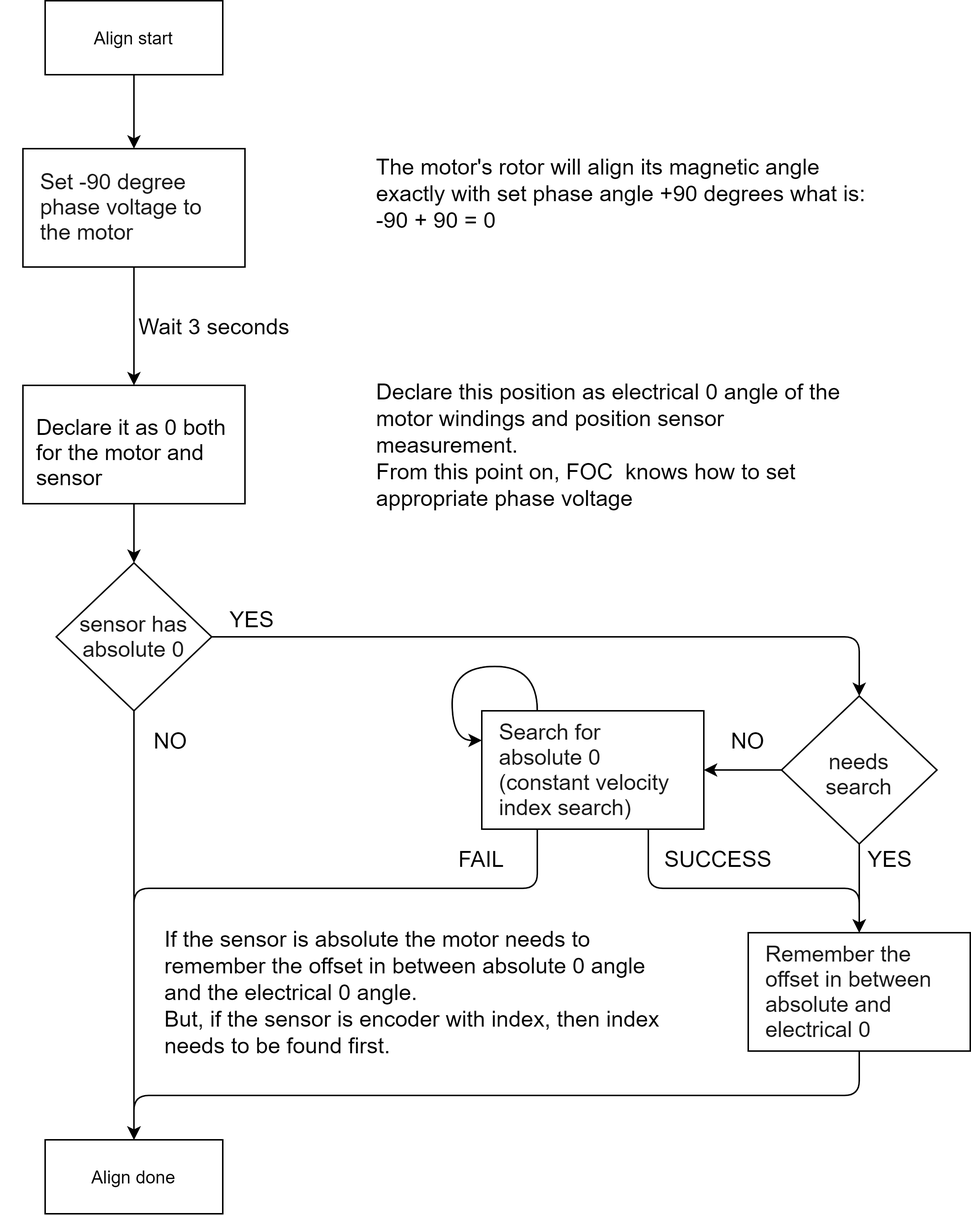
This is extras/Images/align_diagram.png from zhangzq71/Arduino-FOC, a draw.io export, as it was before one commit. Source tidied: cells renumbered, new cells last; positions are measured from the earlier drawing's top-left corner, leaving out a move shared by most shapes. Source of this version:
```xml
<mxGraphModel>
  <root>
    <mxCell id="0" />
    <mxCell id="1" parent="0" />
    <mxCell id="2" value="&lt;font color=&quot;#191919&quot; face=&quot;roboto, sans-serif&quot;&gt;&lt;span style=&quot;font-size: 14.88px&quot;&gt;sensor has absolute 0&lt;/span&gt;&lt;/font&gt;" style="text;whiteSpace=wrap;html=1;align=center;" parent="1" vertex="1">
      <mxGeometry x="25" y="407" width="130" height="30" as="geometry" />
    </mxCell>
    <mxCell id="3" style="edgeStyle=orthogonalEdgeStyle;rounded=0;jettySize=auto;html=1;exitX=0.5;exitY=1;exitDx=0;exitDy=0;entryX=0.5;entryY=0;entryDx=0;entryDy=0;" parent="1" edge="1" source="4" target="7">
      <mxGeometry relative="1" as="geometry" />
    </mxCell>
    <mxCell id="4" style="rounded=0;whiteSpace=wrap;html=1;" parent="1" vertex="1">
      <mxGeometry x="15" y="100" width="150" height="80" as="geometry" />
    </mxCell>
    <mxCell id="5" value="&lt;span style=&quot;font-family: &amp;#34;roboto&amp;#34; , sans-serif ; font-size: 14.88px ; background-color: rgb(255 , 255 , 255)&quot;&gt;&lt;font color=&quot;#191919&quot;&gt;Set -90 degree phase voltage to the motor&lt;/font&gt;&lt;/span&gt;" style="text;html=1;strokeColor=none;fillColor=none;align=left;verticalAlign=middle;whiteSpace=wrap;rounded=0;" parent="1" vertex="1">
      <mxGeometry x="25" y="130" width="130" height="20" as="geometry" />
    </mxCell>
    <mxCell id="6" style="edgeStyle=orthogonalEdgeStyle;rounded=0;jettySize=auto;html=1;exitX=0.5;exitY=1;exitDx=0;exitDy=0;entryX=0.5;entryY=0;entryDx=0;entryDy=0;" parent="1" edge="1" source="7" target="11">
      <mxGeometry relative="1" as="geometry" />
    </mxCell>
    <mxCell id="7" style="rounded=0;whiteSpace=wrap;html=1;" parent="1" vertex="1">
      <mxGeometry x="15" y="260" width="150" height="80" as="geometry" />
    </mxCell>
    <mxCell id="8" value="&lt;ol style=&quot;font-style: normal ; letter-spacing: normal ; text-indent: 0px ; text-transform: none ; word-spacing: 0px ; box-sizing: border-box ; margin-top: 0px ; padding-left: 1.5em ; list-style-type: none ; font-family: &amp;#34;roboto&amp;#34; , sans-serif ; font-size: 14.88px ; font-weight: 300&quot;&gt;&lt;li style=&quot;box-sizing: border-box ; margin: 0.25em 0px ; position: relative&quot;&gt;&lt;span style=&quot;background-color: rgb(255 , 255 , 255)&quot;&gt;Declare it as 0 both for the motor and sensor&lt;/span&gt;&lt;/li&gt;&lt;/ol&gt;" style="text;whiteSpace=wrap;html=1;align=left;fillColor=none;strokeColor=none;" parent="1" vertex="1">
      <mxGeometry y="270" width="165" height="50" as="geometry" />
    </mxCell>
    <mxCell id="9" style="edgeStyle=orthogonalEdgeStyle;rounded=1;jettySize=auto;html=1;exitX=1;exitY=0.5;exitDx=0;exitDy=0;entryX=0.5;entryY=0;entryDx=0;entryDy=0;" parent="1" edge="1" source="11" target="14">
      <mxGeometry relative="1" as="geometry" />
    </mxCell>
    <mxCell id="10" style="edgeStyle=orthogonalEdgeStyle;rounded=1;jettySize=auto;html=1;exitX=0.5;exitY=1;exitDx=0;exitDy=0;entryX=0.5;entryY=0;entryDx=0;entryDy=0;fontSize=15;" parent="1" edge="1" source="11" target="28">
      <mxGeometry relative="1" as="geometry" />
    </mxCell>
    <mxCell id="11" style="rhombus;whiteSpace=wrap;html=1;strokeColor=#000000;fillColor=none;" parent="1" vertex="1">
      <mxGeometry x="37.5" y="380" width="105" height="100" as="geometry" />
    </mxCell>
    <mxCell id="12" style="edgeStyle=orthogonalEdgeStyle;rounded=1;jettySize=auto;html=1;exitX=0.5;exitY=1;exitDx=0;exitDy=0;entryX=0.5;entryY=0;entryDx=0;entryDy=0;" parent="1" edge="1" source="14" target="17">
      <mxGeometry relative="1" as="geometry" />
    </mxCell>
    <mxCell id="13" style="edgeStyle=orthogonalEdgeStyle;rounded=1;jettySize=auto;html=1;exitX=0;exitY=0.5;exitDx=0;exitDy=0;entryX=1;entryY=0.5;entryDx=0;entryDy=0;" parent="1" edge="1" source="14" target="23">
      <mxGeometry relative="1" as="geometry" />
    </mxCell>
    <mxCell id="14" style="rhombus;whiteSpace=wrap;html=1;strokeColor=#000000;fillColor=none;" parent="1" vertex="1">
      <mxGeometry x="527.5" y="470" width="105" height="100" as="geometry" />
    </mxCell>
    <mxCell id="15" value="&lt;font color=&quot;#191919&quot; face=&quot;roboto, sans-serif&quot;&gt;&lt;span style=&quot;font-size: 14.88px&quot;&gt;needs search&lt;/span&gt;&lt;/font&gt;" style="text;whiteSpace=wrap;html=1;align=center;" parent="1" vertex="1">
      <mxGeometry x="535" y="500" width="90" height="30" as="geometry" />
    </mxCell>
    <mxCell id="16" style="edgeStyle=orthogonalEdgeStyle;rounded=1;jettySize=auto;html=1;exitX=0.5;exitY=1;exitDx=0;exitDy=0;entryX=0.5;entryY=0;entryDx=0;entryDy=0;" parent="1" edge="1" source="17" target="28">
      <mxGeometry relative="1" as="geometry" />
    </mxCell>
    <mxCell id="17" style="rounded=0;whiteSpace=wrap;html=1;" parent="1" vertex="1">
      <mxGeometry x="505" y="630" width="150" height="80" as="geometry" />
    </mxCell>
    <mxCell id="18" value="&lt;span style=&quot;color: rgb(25 , 25 , 25) ; font-family: &amp;#34;roboto&amp;#34; , sans-serif ; font-size: 14.88px ; font-style: normal ; font-weight: 400 ; letter-spacing: normal ; text-align: left ; text-indent: 0px ; text-transform: none ; word-spacing: 0px ; background-color: rgb(255 , 255 , 255) ; display: inline ; float: none&quot;&gt;Remember the offset in between absolute and electrical 0&lt;/span&gt;" style="text;whiteSpace=wrap;html=1;" parent="1" vertex="1">
      <mxGeometry x="515" y="630" width="130" height="30" as="geometry" />
    </mxCell>
    <mxCell id="19" style="edgeStyle=orthogonalEdgeStyle;rounded=0;jettySize=auto;html=1;exitX=0.5;exitY=1;exitDx=0;exitDy=0;entryX=0.5;entryY=0;entryDx=0;entryDy=0;" parent="1" edge="1" source="20" target="4">
      <mxGeometry relative="1" as="geometry" />
    </mxCell>
    <mxCell id="20" value="Align start" style="rounded=0;whiteSpace=wrap;html=1;" parent="1" vertex="1">
      <mxGeometry x="30" width="120" height="50" as="geometry" />
    </mxCell>
    <mxCell id="21" style="edgeStyle=orthogonalEdgeStyle;rounded=1;jettySize=auto;html=1;exitX=0.75;exitY=1;exitDx=0;exitDy=0;entryX=0.5;entryY=0;entryDx=0;entryDy=0;" parent="1" edge="1" source="23" target="17">
      <mxGeometry relative="1" as="geometry">
        <Array as="points">
          <mxPoint x="438" y="600" />
          <mxPoint x="580" y="600" />
        </Array>
      </mxGeometry>
    </mxCell>
    <mxCell id="22" style="edgeStyle=orthogonalEdgeStyle;rounded=1;jettySize=auto;html=1;exitX=0.25;exitY=1;exitDx=0;exitDy=0;entryX=0.5;entryY=0;entryDx=0;entryDy=0;fontSize=15;" parent="1" edge="1" source="23" target="28">
      <mxGeometry relative="1" as="geometry">
        <Array as="points">
          <mxPoint x="363" y="600" />
          <mxPoint x="90" y="600" />
        </Array>
      </mxGeometry>
    </mxCell>
    <mxCell id="23" style="rounded=0;whiteSpace=wrap;html=1;" parent="1" vertex="1">
      <mxGeometry x="325" y="480" width="150" height="80" as="geometry" />
    </mxCell>
    <mxCell id="24" value="&lt;span style=&quot;color: rgb(25 , 25 , 25) ; font-family: &amp;#34;roboto&amp;#34; , sans-serif ; font-size: 14.88px ; font-style: normal ; font-weight: 400 ; letter-spacing: normal ; text-align: left ; text-indent: 0px ; text-transform: none ; word-spacing: 0px ; background-color: rgb(255 , 255 , 255) ; display: inline ; float: none&quot;&gt;Search for absolute 0&amp;nbsp;&lt;br&gt;(constant velocity index search)&lt;br&gt;&lt;/span&gt;" style="text;whiteSpace=wrap;html=1;" parent="1" vertex="1">
      <mxGeometry x="335" y="480" width="130" height="30" as="geometry" />
    </mxCell>
    <mxCell id="25" value="&lt;font style=&quot;font-size: 15px&quot;&gt;YES&lt;/font&gt;" style="text;html=1;strokeColor=none;fillColor=none;align=center;verticalAlign=middle;whiteSpace=wrap;rounded=0;fontSize=15;" parent="1" vertex="1">
      <mxGeometry x="150" y="410" width="40" height="15" as="geometry" />
    </mxCell>
    <mxCell id="26" value="&lt;font style=&quot;font-size: 15px&quot;&gt;Wait 3 seconds&lt;/font&gt;" style="text;html=1;strokeColor=none;fillColor=none;align=center;verticalAlign=middle;whiteSpace=wrap;rounded=0;" parent="1" vertex="1">
      <mxGeometry x="72.5" y="210" width="142.5" height="20" as="geometry" />
    </mxCell>
    <mxCell id="27" value="&lt;font style=&quot;font-size: 15px&quot;&gt;NO&lt;/font&gt;" style="text;html=1;strokeColor=none;fillColor=none;align=center;verticalAlign=middle;whiteSpace=wrap;rounded=0;fontSize=15;" parent="1" vertex="1">
      <mxGeometry x="95" y="490" width="40" height="20" as="geometry" />
    </mxCell>
    <mxCell id="28" value="Align done" style="rounded=0;whiteSpace=wrap;html=1;" parent="1" vertex="1">
      <mxGeometry x="30" y="770" width="120" height="50" as="geometry" />
    </mxCell>
    <mxCell id="29" value="&lt;font style=&quot;font-size: 15px&quot;&gt;NO&lt;/font&gt;" style="text;html=1;strokeColor=none;fillColor=none;align=center;verticalAlign=middle;whiteSpace=wrap;rounded=0;fontSize=15;" parent="1" vertex="1">
      <mxGeometry x="485" y="490" width="40" height="20" as="geometry" />
    </mxCell>
    <mxCell id="30" value="&lt;font style=&quot;font-size: 15px&quot;&gt;YES&lt;/font&gt;" style="text;html=1;strokeColor=none;fillColor=none;align=center;verticalAlign=middle;whiteSpace=wrap;rounded=0;fontSize=15;" parent="1" vertex="1">
      <mxGeometry x="581" y="570" width="40" height="20" as="geometry" />
    </mxCell>
    <mxCell id="31" value="&lt;font style=&quot;font-size: 15px&quot;&gt;SUCCESS&lt;/font&gt;" style="text;html=1;strokeColor=none;fillColor=none;align=center;verticalAlign=middle;whiteSpace=wrap;rounded=0;fontSize=15;" parent="1" vertex="1">
      <mxGeometry x="465" y="570" width="40" height="20" as="geometry" />
    </mxCell>
    <mxCell id="32" value="&lt;font style=&quot;font-size: 15px&quot;&gt;FAIL&lt;/font&gt;" style="text;html=1;strokeColor=none;fillColor=none;align=center;verticalAlign=middle;whiteSpace=wrap;rounded=0;fontSize=15;" parent="1" vertex="1">
      <mxGeometry x="305" y="570" width="40" height="20" as="geometry" />
    </mxCell>
    <mxCell id="33" style="edgeStyle=orthogonalEdgeStyle;orthogonalLoop=1;jettySize=auto;html=1;exitX=0.25;exitY=0;exitDx=0;exitDy=0;entryX=0;entryY=0.25;entryDx=0;entryDy=0;fontSize=15;curved=1;" parent="1" edge="1" source="23" target="23">
      <mxGeometry relative="1" as="geometry">
        <Array as="points">
          <mxPoint x="362" y="450" />
          <mxPoint x="305" y="450" />
          <mxPoint x="305" y="500" />
        </Array>
      </mxGeometry>
    </mxCell>
    <mxCell id="34" value="&lt;div style=&quot;text-align: left&quot;&gt;&lt;span&gt;The motor's rotor will align its magnetic angle exactly with set phase angle +90 degrees what is:&lt;/span&gt;&lt;/div&gt;&lt;div style=&quot;text-align: left&quot;&gt;&lt;span&gt;-90 + 90 = 0&lt;/span&gt;&lt;/div&gt;" style="text;html=1;strokeColor=none;fillColor=none;align=center;verticalAlign=middle;whiteSpace=wrap;rounded=0;fontSize=15;" parent="1" vertex="1">
      <mxGeometry x="252.5" y="100" width="340" height="60" as="geometry" />
    </mxCell>
    <mxCell id="35" value="&lt;div style=&quot;text-align: left&quot;&gt;Declare this position as electrical 0 angle of the motor windings and position sensor measurement.&amp;nbsp;&lt;/div&gt;&lt;div style=&quot;text-align: left&quot;&gt;From this point on, FOC&amp;nbsp; knows how to set appropriate phase voltage&lt;/div&gt;" style="text;html=1;strokeColor=none;fillColor=none;align=center;verticalAlign=middle;whiteSpace=wrap;rounded=0;fontSize=15;" parent="1" vertex="1">
      <mxGeometry x="252.5" y="250" width="340" height="100" as="geometry" />
    </mxCell>
    <mxCell id="36" value="&lt;div style=&quot;text-align: left&quot;&gt;&lt;span&gt;If the sensor is absolute the motor needs to remember the offset in between absolute 0 angle and the electrical 0 angle.&amp;nbsp;&lt;/span&gt;&lt;br&gt;&lt;/div&gt;&lt;div style=&quot;text-align: left&quot;&gt;&lt;span&gt;But, if the sensor is encoder with index, then index needs to be found first.&lt;br&gt;&lt;/span&gt;&lt;/div&gt;" style="text;html=1;strokeColor=none;fillColor=none;align=center;verticalAlign=middle;whiteSpace=wrap;rounded=0;fontSize=15;" parent="1" vertex="1">
      <mxGeometry x="110" y="620" width="355" height="100" as="geometry" />
    </mxCell>
  </root>
</mxGraphModel>
```
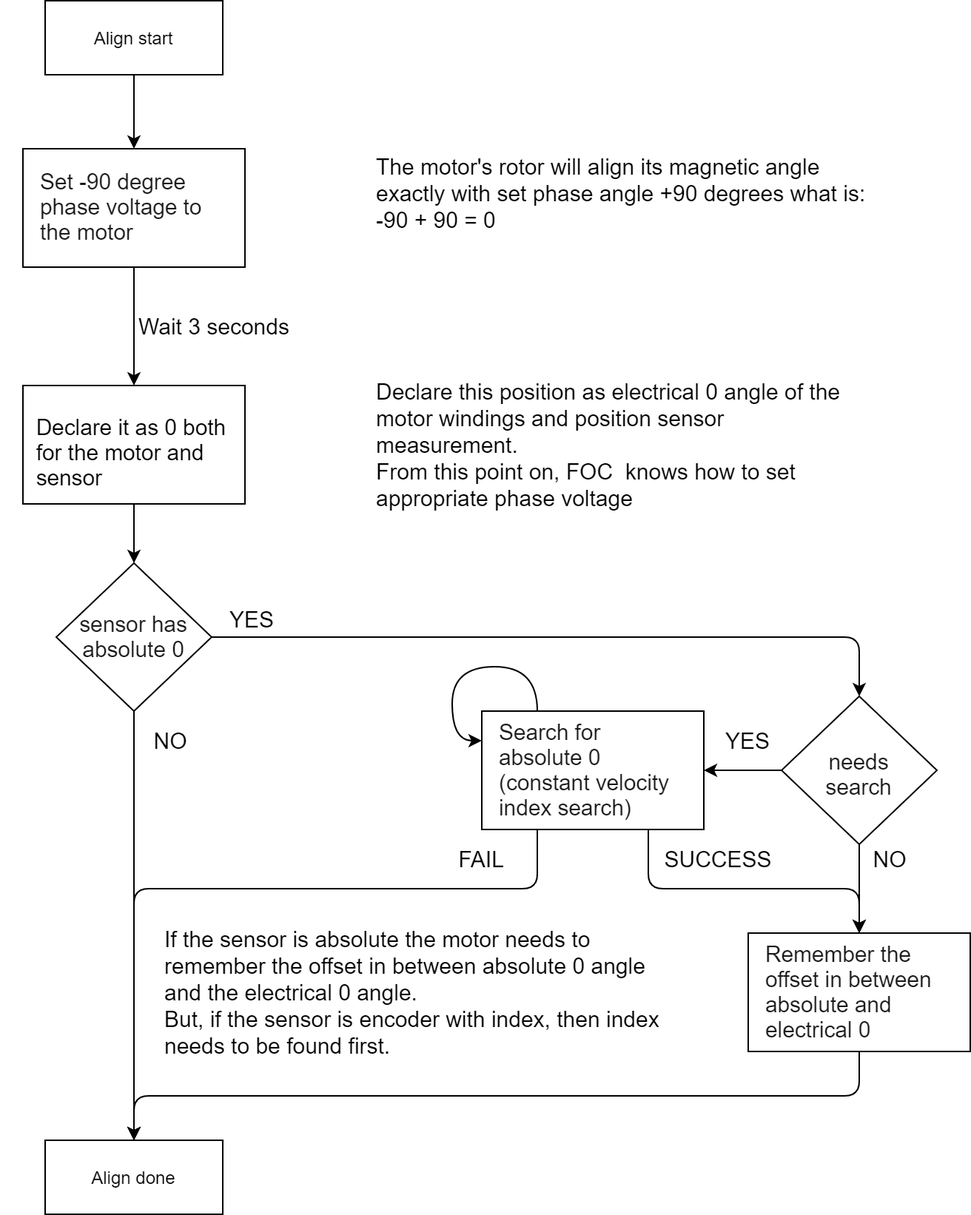
The same diagram one commit later.

Change to the diagram source:
```diff
@@ -93,10 +93,10 @@
     <mxCell id="28" value="Align done" style="rounded=0;whiteSpace=wrap;html=1;" parent="1" vertex="1">
       <mxGeometry x="30" y="770" width="120" height="50" as="geometry" />
     </mxCell>
-    <mxCell id="29" value="&lt;font style=&quot;font-size: 15px&quot;&gt;NO&lt;/font&gt;" style="text;html=1;strokeColor=none;fillColor=none;align=center;verticalAlign=middle;whiteSpace=wrap;rounded=0;fontSize=15;" parent="1" vertex="1">
+    <mxCell id="29" value="&lt;font style=&quot;font-size: 15px&quot;&gt;YES&lt;/font&gt;" style="text;html=1;strokeColor=none;fillColor=none;align=center;verticalAlign=middle;whiteSpace=wrap;rounded=0;fontSize=15;" parent="1" vertex="1">
       <mxGeometry x="485" y="490" width="40" height="20" as="geometry" />
     </mxCell>
-    <mxCell id="30" value="&lt;font style=&quot;font-size: 15px&quot;&gt;YES&lt;/font&gt;" style="text;html=1;strokeColor=none;fillColor=none;align=center;verticalAlign=middle;whiteSpace=wrap;rounded=0;fontSize=15;" parent="1" vertex="1">
+    <mxCell id="30" value="&lt;font style=&quot;font-size: 15px&quot;&gt;NO&lt;/font&gt;" style="text;html=1;strokeColor=none;fillColor=none;align=center;verticalAlign=middle;whiteSpace=wrap;rounded=0;fontSize=15;" parent="1" vertex="1">
       <mxGeometry x="581" y="570" width="40" height="20" as="geometry" />
     </mxCell>
     <mxCell id="31" value="&lt;font style=&quot;font-size: 15px&quot;&gt;SUCCESS&lt;/font&gt;" style="text;html=1;strokeColor=none;fillColor=none;align=center;verticalAlign=middle;whiteSpace=wrap;rounded=0;fontSize=15;" parent="1" vertex="1">
```
